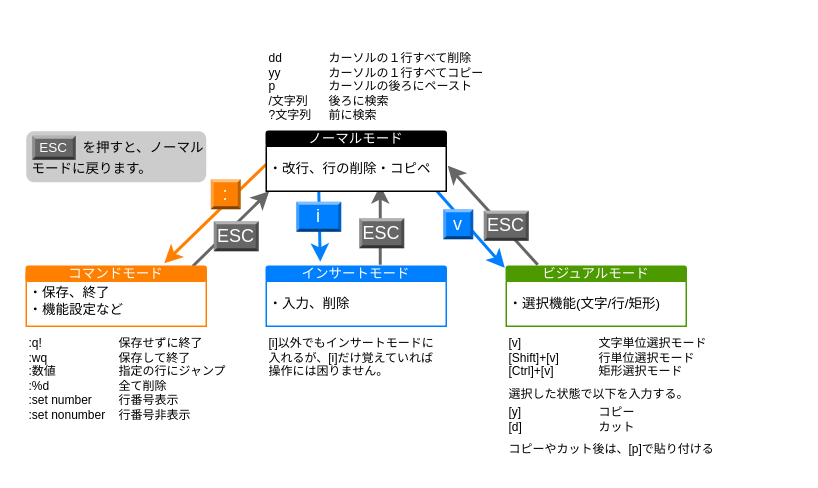
The draw.io diagram page "viエディタ説明" (10 of 10) of AWS研修_WEBアプリ_挿絵.drawio in reizo0901/Doc, before the edit. Source tidied: cells renumbered, new cells numbered last; positions are measured from the earlier drawing's top-left corner, leaving out a move shared by most shapes. Both pictures are drawn from the tidied source at 150%, with x=0, y=0 at pixel (26, 40).
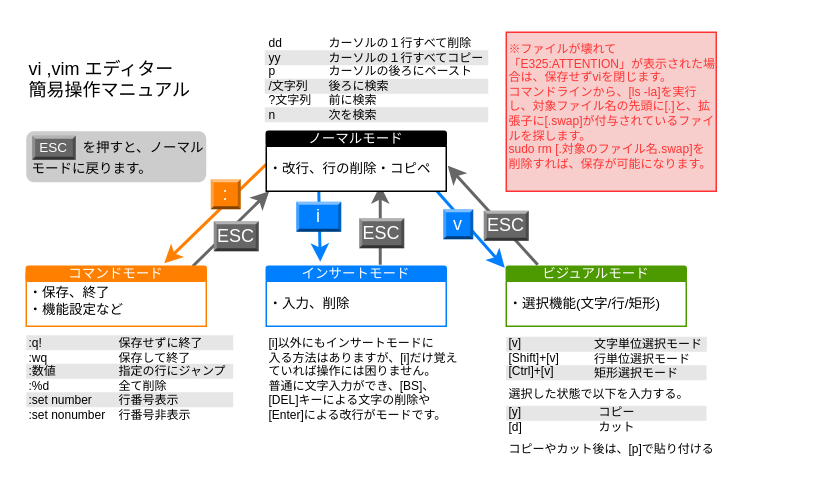
The same page after the edit.

Change to the diagram source:
```diff
@@
+    <mxCell id="37" style="rounded=0;whiteSpace=wrap;html=1;strokeColor=none;fillColor=#E6E6E6;" parent="1" vertex="1">
+      <mxGeometry x="159" y="6" width="149" height="10" as="geometry" />
+    </mxCell>
+    <mxCell id="38" style="rounded=0;whiteSpace=wrap;html=1;strokeColor=none;fillColor=#E6E6E6;" parent="1" vertex="1">
+      <mxGeometry x="159" y="25" width="149" height="10" as="geometry" />
+    </mxCell>
+    <mxCell id="39" style="rounded=0;whiteSpace=wrap;html=1;strokeColor=none;fillColor=#E6E6E6;" parent="1" vertex="1">
+      <mxGeometry x="159" y="44" width="149" height="10" as="geometry" />
+    </mxCell>
+    <mxCell id="40" style="rounded=0;whiteSpace=wrap;html=1;strokeColor=none;fillColor=#E6E6E6;" parent="1" vertex="1">
+      <mxGeometry y="215" width="138" height="10" as="geometry" />
+    </mxCell>
+    <mxCell id="41" style="rounded=0;whiteSpace=wrap;html=1;strokeColor=none;fillColor=#E6E6E6;" parent="1" vertex="1">
+      <mxGeometry y="196" width="138" height="10" as="geometry" />
+    </mxCell>
+    <mxCell id="42" style="rounded=0;whiteSpace=wrap;html=1;strokeColor=none;fillColor=#E6E6E6;" parent="1" vertex="1">
+      <mxGeometry y="234" width="138" height="10" as="geometry" />
+    </mxCell>
+    <mxCell id="43" style="group;" parent="1" vertex="1">
+      <mxGeometry x="320" y="197" width="190" height="56" as="geometry" />
+    </mxCell>
+    <mxCell id="44" style="rounded=0;whiteSpace=wrap;html=1;strokeColor=none;fillColor=#E6E6E6;" parent="43" vertex="1">
+      <mxGeometry x="-0.2" y="46" width="133.7" height="10" as="geometry" />
+    </mxCell>
+    <mxCell id="45" style="rounded=0;whiteSpace=wrap;html=1;strokeColor=none;fillColor=#E6E6E6;" parent="43" vertex="1">
+      <mxGeometry x="-0.2" y="19" width="133.7" height="10" as="geometry" />
+    </mxCell>
+    <mxCell id="46" style="rounded=0;whiteSpace=wrap;html=1;strokeColor=none;fillColor=#E6E6E6;" parent="43" vertex="1">
+      <mxGeometry width="133.7" height="10" as="geometry" />
+    </mxCell>
+    <mxCell id="31" value="文字単位選択モード&lt;br&gt;行単位選択モード&lt;br&gt;矩形選択モード" style="text;html=1;strokeColor=none;fillColor=none;align=left;verticalAlign=top;whiteSpace=wrap;rounded=0;fontSize=8;" parent="43" vertex="1">
+      <mxGeometry x="57" y="-6" width="80" height="40" as="geometry" />
+    </mxCell>
@@
-    <mxCell id="26" value="dd&lt;br style=&quot;font-size: 8px;&quot;&gt;yy&lt;br style=&quot;font-size: 8px;&quot;&gt;p&lt;br style=&quot;font-size: 8px;&quot;&gt;/文字列&lt;br style=&quot;font-size: 8px;&quot;&gt;?文字列" style="text;html=1;strokeColor=none;fillColor=none;align=left;verticalAlign=top;whiteSpace=wrap;rounded=0;fontSize=8;" parent="1" vertex="1">
-      <mxGeometry x="160" width="40" height="60" as="geometry" />
+    <mxCell id="26" value="dd&lt;br style=&quot;font-size: 8px;&quot;&gt;yy&lt;br style=&quot;font-size: 8px;&quot;&gt;p&lt;br style=&quot;font-size: 8px;&quot;&gt;/文字列&lt;br style=&quot;font-size: 8px;&quot;&gt;?文字列&lt;br&gt;n" style="text;html=1;strokeColor=none;fillColor=none;align=left;verticalAlign=top;whiteSpace=wrap;rounded=0;fontSize=8;" parent="1" vertex="1">
+      <mxGeometry x="160" y="-10" width="40" height="70" as="geometry" />
     </mxCell>
-    <mxCell id="27" value="カーソルの１行すべて削除&lt;br style=&quot;font-size: 8px;&quot;&gt;カーソルの１行すべてコピー&lt;br style=&quot;font-size: 8px;&quot;&gt;カーソルの後ろにペースト&lt;br style=&quot;font-size: 8px;&quot;&gt;後ろに検索&lt;br style=&quot;font-size: 8px;&quot;&gt;前に検索" style="text;html=1;strokeColor=none;fillColor=none;align=left;verticalAlign=top;whiteSpace=wrap;rounded=0;fontSize=8;" parent="1" vertex="1">
-      <mxGeometry x="200" width="130" height="60" as="geometry" />
+    <mxCell id="27" value="カーソルの１行すべて削除&lt;br style=&quot;font-size: 8px;&quot;&gt;カーソルの１行すべてコピー&lt;br style=&quot;font-size: 8px;&quot;&gt;カーソルの後ろにペースト&lt;br style=&quot;font-size: 8px;&quot;&gt;後ろに検索&lt;br style=&quot;font-size: 8px;&quot;&gt;前に検索&lt;br&gt;次を検索" style="text;html=1;strokeColor=none;fillColor=none;align=left;verticalAlign=top;whiteSpace=wrap;rounded=0;fontSize=8;" parent="1" vertex="1">
+      <mxGeometry x="200" y="-10" width="130" height="70" as="geometry" />
     </mxCell>
@@
-    <mxCell id="30" value="[i]以外でもインサートモードに&lt;br&gt;入れるが、[i]だけ覚えていれば&lt;br&gt;操作には困りません。" style="text;html=1;strokeColor=none;fillColor=none;align=left;verticalAlign=top;whiteSpace=wrap;rounded=0;fontSize=8;" parent="1" vertex="1">
-      <mxGeometry x="160" y="190" width="130" height="40" as="geometry" />
+    <mxCell id="30" value="[i]以外にもインサートモードに&lt;br&gt;入る方法はありますが、[i]だけ覚えていれば操作には困りません。&lt;br&gt;普通に文字入力ができ、[BS]、[DEL]キーによる文字の削除や[Enter]による改行がモードです。" style="text;html=1;strokeColor=none;fillColor=none;align=left;verticalAlign=top;whiteSpace=wrap;rounded=0;fontSize=8;" parent="1" vertex="1">
+      <mxGeometry x="160" y="190" width="130" height="70" as="geometry" />
     </mxCell>
-    <mxCell id="31" value="文字単位選択モード&lt;br&gt;行単位選択モード&lt;br&gt;矩形選択モード" style="text;html=1;strokeColor=none;fillColor=none;align=left;verticalAlign=top;whiteSpace=wrap;rounded=0;fontSize=8;" parent="1" vertex="1">
-      <mxGeometry x="380" y="190" width="80" height="40" as="geometry" />
-    </mxCell>
@@
+    <mxCell id="47" value="vi ,vim エディター&lt;br&gt;簡易操作マニュアル" style="text;html=1;strokeColor=none;fillColor=none;align=left;verticalAlign=top;whiteSpace=wrap;rounded=0;" parent="1" vertex="1">
+      <mxGeometry y="5" width="130" height="45" as="geometry" />
+    </mxCell>
+    <mxCell id="48" value="※ファイルが壊れて「E325:ATTENTION」が表示された場合は、保存せずviを閉じます。&lt;br&gt;コマンドラインから、[ls -la]を実行し、対象ファイル名の先頭に[.]と、拡張子に[.swap]が付与されているファイルを探します。&lt;br&gt;sudo rm [.対象のファイル名.swap]を削除すれば、保存が可能になります。" style="text;html=1;strokeColor=#FF3333;fillColor=#f8cecc;align=left;verticalAlign=top;whiteSpace=wrap;rounded=0;fontSize=8;fontColor=#FF3333;strokeWidth=1;shadow=0;glass=0;" parent="1" vertex="1">
+      <mxGeometry x="320" y="-6" width="140" height="106" as="geometry" />
+    </mxCell>
```
